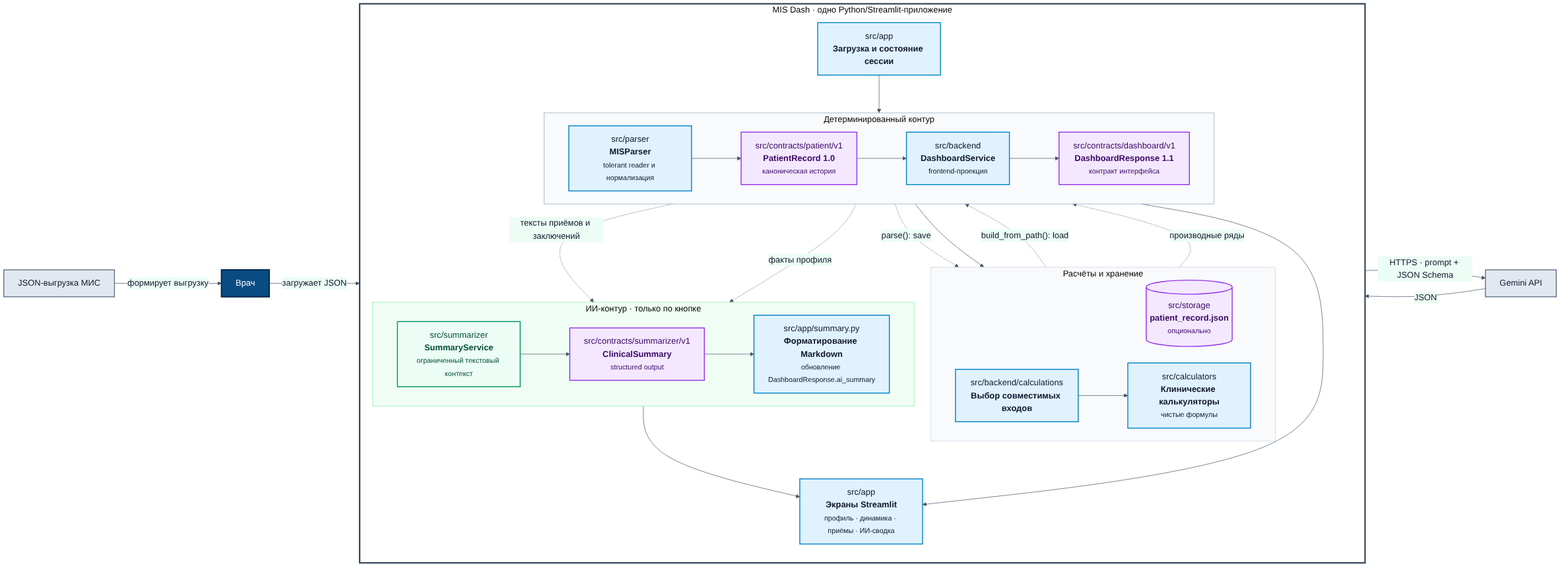
Above: docs/diagrams/rendered/system-architecture.png in rsul07/MISDash (Mermaid), before the change. Its source is kept beside it as docs/diagrams/src/system-architecture.mmd.
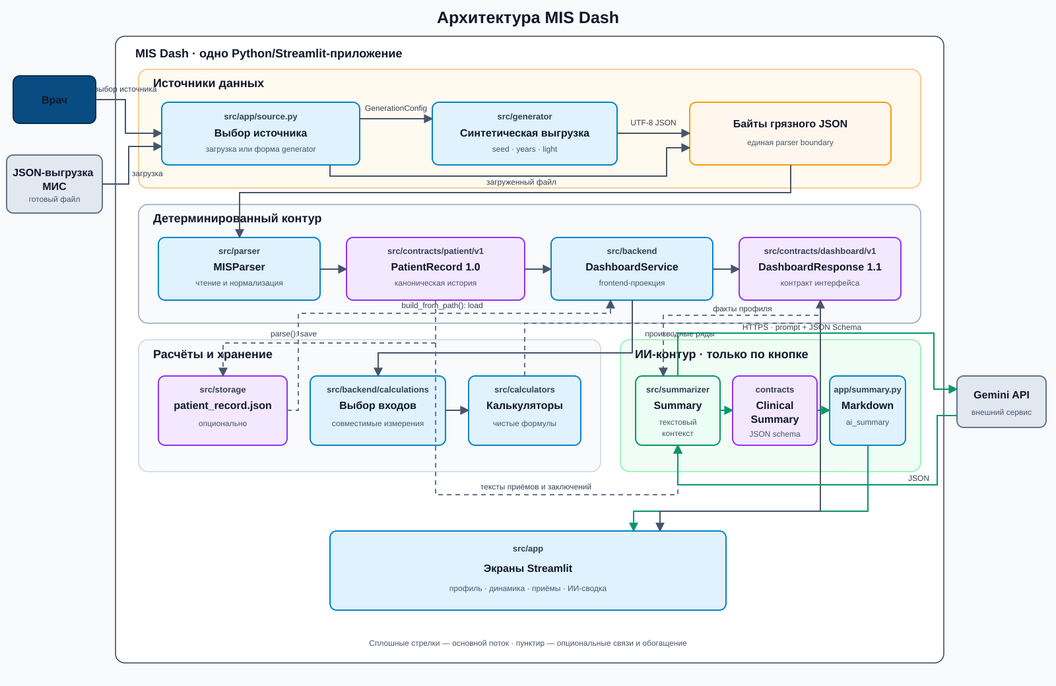
Above is the later version.

What changed in the source:
```diff
@@ -1,12 +1,21 @@
 flowchart LR
     doctor["Врач"]
-    mis["JSON-выгрузка МИС"]
+    mis["Готовая JSON-выгрузка МИС"]
     gemini["Gemini API"]
 
     subgraph system["MIS Dash · одно Python/Streamlit-приложение"]
         direction TB
 
-        upload["src/app<br/><b>Загрузка и состояние сессии</b>"]
+        subgraph sources["Источники данных"]
+            direction LR
+            source["src/app/source.py<br/><b>Выбор источника</b><br/><small>загрузка или форма generator</small>"]
+            generator["src/generator<br/><b>Синтетическая выгрузка</b><br/><small>seed · years · light</small>"]
+            raw["<b>Байты грязного JSON</b><br/><small>единая parser boundary</small>"]
+
+            source -->|"загруженный файл"| raw
+            source -->|"GenerationConfig"| generator
+            generator -->|"UTF-8 JSON"| raw
+        end
 
         subgraph deterministic["Детерминированный контур"]
             direction LR
@@ -36,7 +45,7 @@
 
         views["src/app<br/><b>Экраны Streamlit</b><br/><small>профиль · динамика · приёмы · ИИ-сводка</small>"]
 
-        upload --> parser
+        raw --> parser
         record -. "parse(): save" .-> storage
         storage -. "build_from_path(): load" .-> backend
         backend --> selection
@@ -47,8 +56,8 @@
         summary_ui --> views
     end
 
-    mis -->|"формирует выгрузку"| doctor
-    doctor -->|"загружает JSON"| upload
+    doctor -->|"выбирает источник и параметры"| source
+    mis -->|"загрузка"| source
     summary -->|"HTTPS · prompt + JSON Schema"| gemini
     gemini -->|"JSON"| summary
 
@@ -56,13 +65,16 @@
     classDef module fill:#e0f2fe,stroke:#0284c7,color:#0f172a,stroke-width:2px;
     classDef contract fill:#f3e8ff,stroke:#9333ea,color:#3b0764,stroke-width:2px;
     classDef ai fill:#ecfdf5,stroke:#059669,color:#064e3b,stroke-width:2px;
+    classDef data fill:#fff7ed,stroke:#f59e0b,color:#7c2d12,stroke-width:2px;
     classDef external fill:#e2e8f0,stroke:#64748b,color:#0f172a,stroke-width:2px;
     class doctor person;
-    class upload,views,summary_ui,parser,backend,selection,calculators module;
+    class source,generator,views,summary_ui,parser,backend,selection,calculators module;
+    class raw data;
     class record,response,storage,clinical contract;
     class summary ai;
     class mis,gemini external;
     style deterministic fill:#f8fafc,stroke:#94a3b8,stroke-width:1px
     style enrichment fill:#f8fafc,stroke:#cbd5e1,stroke-width:1px
     style narrative fill:#f0fdf4,stroke:#86efac,stroke-width:1px
+    style sources fill:#fffaf0,stroke:#fdba74,stroke-width:1px
     style system fill:#ffffff,stroke:#334155,stroke-width:3px
```
